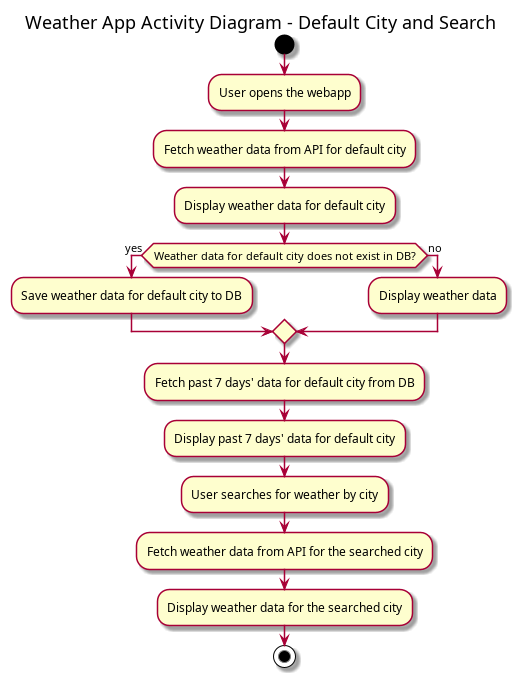
Above: out/uml/activity_diagram/activity_diagram.png in luckyklyist/WeatherAPP-ISA-SEM-2 (PlantUML), before the change.
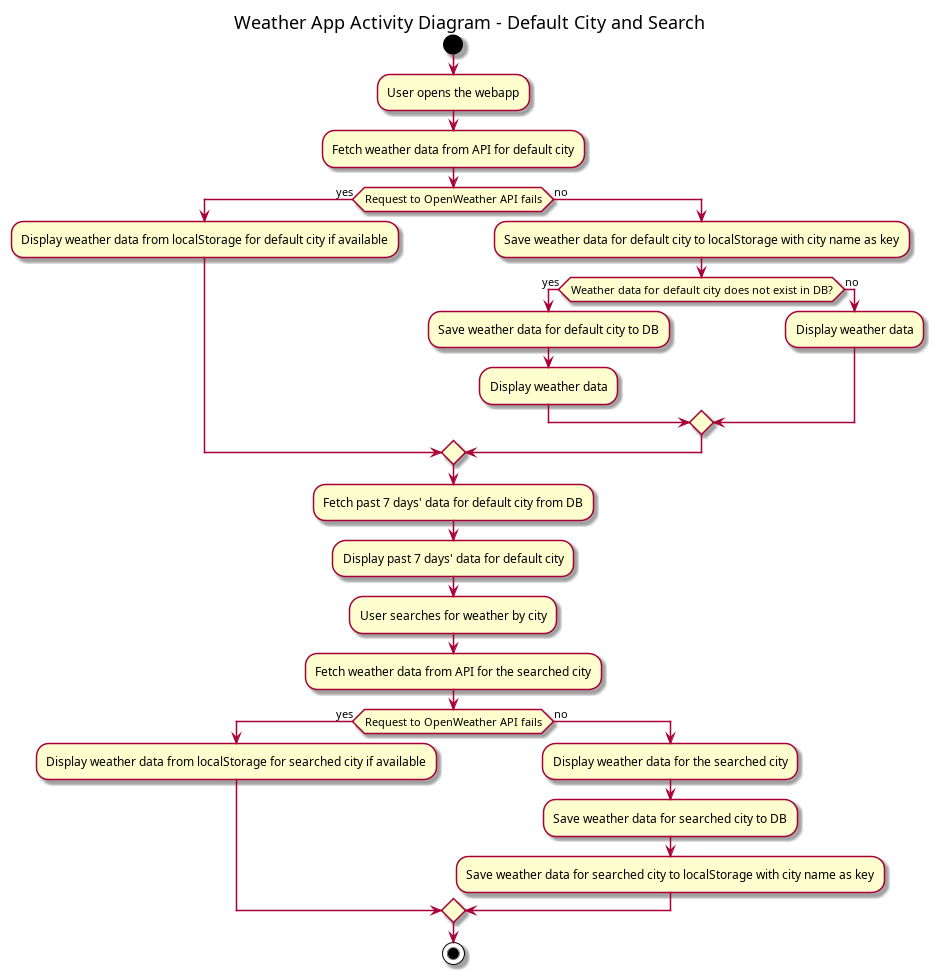
The same file after the commit.

What changed in the source:
```diff
@@ -5,12 +5,17 @@
 
 :User opens the webapp;
 :Fetch weather data from API for default city;
-:Display weather data for default city;
 
-if (Weather data for default city does not exist in DB?) then (yes)
-    :Save weather data for default city to DB;
+if (Request to OpenWeather API fails) then (yes)
+    :Display weather data from localStorage for default city if available;
 else (no)
-    :Display weather data;
+    :Save weather data for default city to localStorage with city name as key;
+    if (Weather data for default city does not exist in DB?) then (yes)
+        :Save weather data for default city to DB;
+        :Display weather data;
+    else (no)
+        :Display weather data;
+    endif
 endif
 
 :Fetch past 7 days' data for default city from DB;
@@ -18,7 +23,13 @@
 
 :User searches for weather by city;
 :Fetch weather data from API for the searched city;
-:Display weather data for the searched city;
+if (Request to OpenWeather API fails) then (yes)
+    :Display weather data from localStorage for searched city if available;
+else (no)
+    :Display weather data for the searched city;
+    :Save weather data for searched city to DB;
+    :Save weather data for searched city to localStorage with city name as key;
+endif
 
 stop
 
```
